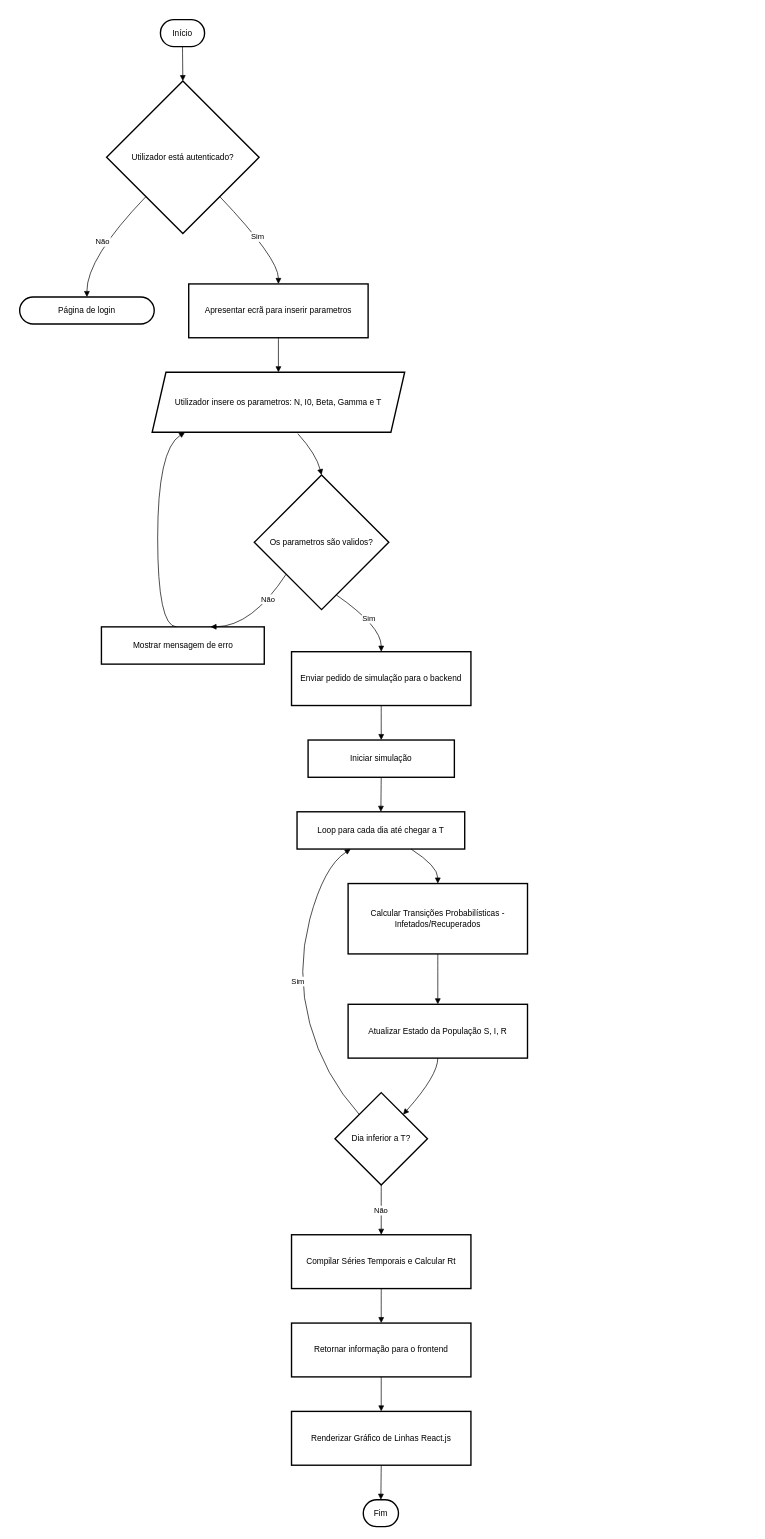
joaoventura2024064-dev/ISTECPROJ2526 keeps this draw.io diagram as page "Fluxograma" (4 of 4) of docs/LEI-A2-S1-SMUL1-PI-UML.drawio. Above is the earlier version. Source tidied: cells renumbered, new cells numbered last; positions are measured from the earlier drawing's top-left corner, leaving out a move shared by most shapes. Both pictures are drawn from the tidied source at 69%, with x=0, y=0 at pixel (19, 19).
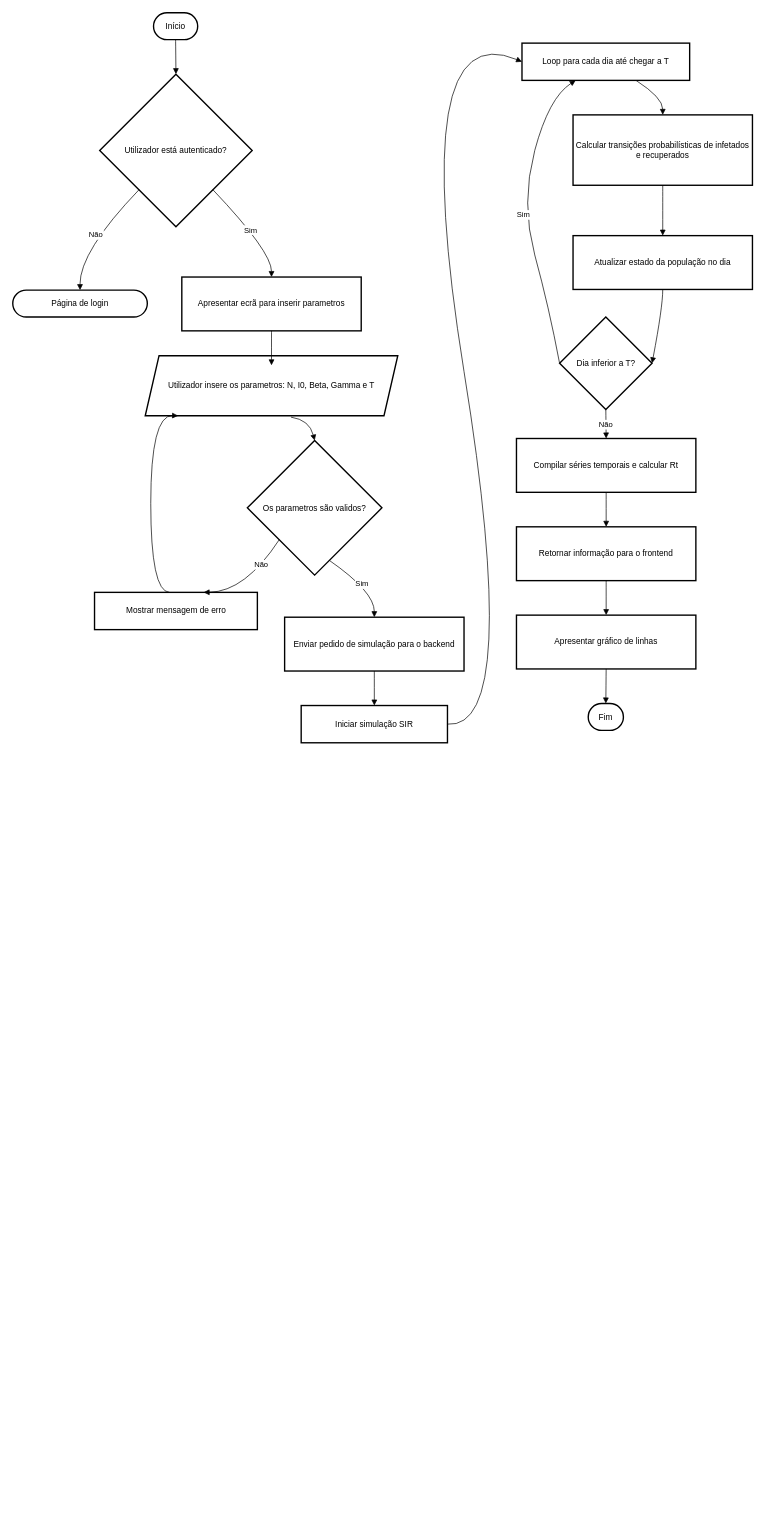
After the change.

Change to the diagram source:
```diff
@@
     <mxCell id="2" value="Início" style="rounded=1;whiteSpace=wrap;arcSize=50;strokeWidth=2;" parent="1" vertex="1">
-      <mxGeometry x="204" width="64" height="39" as="geometry" />
+      <mxGeometry x="194" y="-10" width="64" height="39" as="geometry" />
     </mxCell>
     <mxCell id="3" value="Utilizador está autenticado?" style="rhombus;strokeWidth=2;whiteSpace=wrap;" parent="1" vertex="1">
-      <mxGeometry x="126" y="89" width="221" height="221" as="geometry" />
+      <mxGeometry x="116" y="79" width="221" height="221" as="geometry" />
     </mxCell>
     <mxCell id="4" value="Página de login" style="rounded=1;whiteSpace=wrap;arcSize=50;strokeWidth=2;" parent="1" vertex="1">
-      <mxGeometry y="402" width="195" height="39" as="geometry" />
+      <mxGeometry x="-10" y="392" width="195" height="39" as="geometry" />
     </mxCell>
     <mxCell id="5" value="Apresentar ecrã para inserir parametros" style="whiteSpace=wrap;strokeWidth=2;" parent="1" vertex="1">
-      <mxGeometry x="245" y="383" width="260" height="78" as="geometry" />
+      <mxGeometry x="235" y="373" width="260" height="78" as="geometry" />
     </mxCell>
     <mxCell id="6" value="Utilizador insere os parametros: N, I0, Beta, Gamma e T" style="shape=parallelogram;perimeter=parallelogramPerimeter;fixedSize=1;strokeWidth=2;whiteSpace=wrap;" parent="1" vertex="1">
-      <mxGeometry x="192" y="511" width="366" height="87" as="geometry" />
+      <mxGeometry x="182" y="487" width="366" height="87" as="geometry" />
     </mxCell>
     <mxCell id="7" value="Os parametros são validos?" style="rhombus;strokeWidth=2;whiteSpace=wrap;" parent="1" vertex="1">
-      <mxGeometry x="340" y="660" width="195" height="195" as="geometry" />
+      <mxGeometry x="330" y="610" width="195" height="195" as="geometry" />
     </mxCell>
     <mxCell id="8" value="Mostrar mensagem de erro" style="whiteSpace=wrap;strokeWidth=2;" parent="1" vertex="1">
-      <mxGeometry x="118.5" y="880" width="236" height="54" as="geometry" />
+      <mxGeometry x="108.5" y="830" width="236" height="54" as="geometry" />
     </mxCell>
     <mxCell id="9" value="Enviar pedido de simulação para o backend" style="whiteSpace=wrap;strokeWidth=2;" parent="1" vertex="1">
-      <mxGeometry x="394" y="916" width="260" height="78" as="geometry" />
+      <mxGeometry x="384" y="866" width="260" height="78" as="geometry" />
     </mxCell>
-    <mxCell id="10" value="Iniciar simulação" style="whiteSpace=wrap;strokeWidth=2;" parent="1" vertex="1">
-      <mxGeometry x="418" y="1044" width="212" height="54" as="geometry" />
+    <mxCell id="10" value="Iniciar simulação SIR" style="whiteSpace=wrap;strokeWidth=2;" parent="1" vertex="1">
+      <mxGeometry x="408" y="994" width="212" height="54" as="geometry" />
     </mxCell>
     <mxCell id="11" value="Loop para cada dia até chegar a T" style="whiteSpace=wrap;strokeWidth=2;" parent="1" vertex="1">
-      <mxGeometry x="402" y="1148" width="243" height="54" as="geometry" />
+      <mxGeometry x="728" y="34" width="243" height="54" as="geometry" />
     </mxCell>
-    <mxCell id="12" value="Calcular Transições Probabilísticas - Infetados/Recuperados" style="whiteSpace=wrap;strokeWidth=2;" parent="1" vertex="1">
-      <mxGeometry x="476" y="1252" width="260" height="102" as="geometry" />
+    <mxCell id="12" value="Calcular transições probabilísticas de infetados e recuperados" style="whiteSpace=wrap;strokeWidth=2;" parent="1" vertex="1">
+      <mxGeometry x="802" y="138" width="260" height="102" as="geometry" />
     </mxCell>
-    <mxCell id="13" value="Atualizar Estado da População S, I, R" style="whiteSpace=wrap;strokeWidth=2;" parent="1" vertex="1">
-      <mxGeometry x="476" y="1427" width="260" height="78" as="geometry" />
+    <mxCell id="13" value="Atualizar estado da população no dia" style="whiteSpace=wrap;strokeWidth=2;" parent="1" vertex="1">
+      <mxGeometry x="802" y="313" width="260" height="78" as="geometry" />
     </mxCell>
     <mxCell id="14" value="Dia inferior a T?" style="rhombus;strokeWidth=2;whiteSpace=wrap;" parent="1" vertex="1">
-      <mxGeometry x="457" y="1555" width="134" height="134" as="geometry" />
+      <mxGeometry x="782.5" y="431" width="134" height="134" as="geometry" />
     </mxCell>
-    <mxCell id="15" value="Compilar Séries Temporais e Calcular Rt" style="whiteSpace=wrap;strokeWidth=2;" parent="1" vertex="1">
-      <mxGeometry x="394" y="1761" width="260" height="78" as="geometry" />
+    <mxCell id="15" value="Compilar séries temporais e calcular Rt" style="whiteSpace=wrap;strokeWidth=2;" parent="1" vertex="1">
+      <mxGeometry x="720" y="607" width="260" height="78" as="geometry" />
     </mxCell>
     <mxCell id="16" value="Retornar informação para o frontend" style="whiteSpace=wrap;strokeWidth=2;" parent="1" vertex="1">
-      <mxGeometry x="394" y="1889" width="260" height="78" as="geometry" />
+      <mxGeometry x="720" y="735" width="260" height="78" as="geometry" />
     </mxCell>
-    <mxCell id="17" value="Renderizar Gráfico de Linhas React.js" style="whiteSpace=wrap;strokeWidth=2;" parent="1" vertex="1">
-      <mxGeometry x="394" y="2017" width="260" height="78" as="geometry" />
+    <mxCell id="17" value="Apresentar gráfico de linhas" style="whiteSpace=wrap;strokeWidth=2;" parent="1" vertex="1">
+      <mxGeometry x="720" y="863" width="260" height="78" as="geometry" />
     </mxCell>
     <mxCell id="18" value="Fim" style="rounded=1;whiteSpace=wrap;arcSize=50;strokeWidth=2;" parent="1" vertex="1">
-      <mxGeometry x="498" y="2145" width="51" height="39" as="geometry" />
+      <mxGeometry x="824" y="991" width="51" height="39" as="geometry" />
     </mxCell>
@@
     <mxCell id="20" value="Não" style="curved=1;startArrow=none;endArrow=block;exitX=0.03;exitY=1;entryX=0.5;entryY=0.01;rounded=0;" parent="1" edge="1" source="3" target="4">
       <mxGeometry relative="1" as="geometry">
         <Array as="points">
-          <mxPoint x="97" y="346" />
+          <mxPoint x="87" y="336" />
         </Array>
       </mxGeometry>
     </mxCell>
     <mxCell id="21" value="Sim" style="curved=1;startArrow=none;endArrow=block;exitX=0.97;exitY=1;entryX=0.5;entryY=0;rounded=0;" parent="1" edge="1" source="3" target="5">
       <mxGeometry relative="1" as="geometry">
         <Array as="points">
-          <mxPoint x="375" y="346" />
+          <mxPoint x="365" y="336" />
         </Array>
       </mxGeometry>
     </mxCell>
-    <mxCell id="22" style="curved=1;startArrow=none;endArrow=block;exitX=0.5;exitY=1;entryX=0.5;entryY=0;rounded=0;" parent="1" edge="1" source="5" target="6">
-      <mxGeometry relative="1" as="geometry" />
+    <mxCell id="22" style="curved=1;startArrow=none;endArrow=block;exitX=0.5;exitY=1;entryX=0.5;entryY=0;rounded=0;" parent="1" edge="1" source="5">
+      <mxGeometry relative="1" as="geometry">
+        <mxPoint x="365" y="501" as="targetPoint" />
+      </mxGeometry>
     </mxCell>
     <mxCell id="23" style="curved=1;startArrow=none;endArrow=block;exitX=0.577;exitY=1.023;entryX=0.5;entryY=0;rounded=0;exitDx=0;exitDy=0;exitPerimeter=0;" parent="1" edge="1" source="6" target="7">
       <mxGeometry relative="1" as="geometry">
         <Array as="points">
-          <mxPoint x="430" y="630" />
+          <mxPoint x="420" y="580" />
         </Array>
       </mxGeometry>
     </mxCell>
     <mxCell id="24" value="Não" style="curved=1;startArrow=none;endArrow=block;exitX=0;exitY=0.95;entryX=0.67;entryY=0;rounded=0;" parent="1" edge="1" source="7" target="8">
       <mxGeometry x="-0.41" y="-2" relative="1" as="geometry">
         <Array as="points">
-          <mxPoint x="337" y="879" />
+          <mxPoint x="327" y="829" />
         </Array>
       </mxGeometry>
     </mxCell>
     <mxCell id="25" style="curved=1;startArrow=none;endArrow=block;exitX=0.46;exitY=0;entryX=0.13;entryY=1;rounded=0;" parent="1" edge="1" source="8" target="6">
       <mxGeometry relative="1" as="geometry">
         <Array as="points">
-          <mxPoint x="200" y="879" />
-          <mxPoint x="200" y="623" />
+          <mxPoint x="190" y="829" />
+          <mxPoint x="190" y="573" />
         </Array>
       </mxGeometry>
     </mxCell>
     <mxCell id="26" value="Sim" style="curved=1;startArrow=none;endArrow=block;exitX=0.64;exitY=1;entryX=0.5;entryY=0;rounded=0;" parent="1" edge="1" source="7" target="9">
       <mxGeometry relative="1" as="geometry">
         <Array as="points">
-          <mxPoint x="524" y="879" />
+          <mxPoint x="514" y="829" />
         </Array>
       </mxGeometry>
     </mxCell>
@@
-    <mxCell id="28" style="curved=1;startArrow=none;endArrow=block;exitX=0.5;exitY=1;entryX=0.5;entryY=0;rounded=0;" parent="1" edge="1" source="10" target="11">
-      <mxGeometry relative="1" as="geometry" />
+    <mxCell id="28" style="curved=1;startArrow=none;endArrow=block;exitX=1;exitY=0.5;entryX=0;entryY=0.5;rounded=0;entryDx=0;entryDy=0;exitDx=0;exitDy=0;" parent="1" edge="1" source="10" target="11">
+      <mxGeometry relative="1" as="geometry">
+        <Array as="points">
+          <mxPoint x="728" y="1030" />
+          <mxPoint x="560" y="-10" />
+        </Array>
+      </mxGeometry>
     </mxCell>
     <mxCell id="29" style="curved=1;startArrow=none;endArrow=block;exitX=0.68;exitY=1;entryX=0.5;entryY=0;rounded=0;" parent="1" edge="1" source="11" target="12">
       <mxGeometry relative="1" as="geometry">
         <Array as="points">
-          <mxPoint x="606" y="1227" />
+          <mxPoint x="932" y="113" />
         </Array>
       </mxGeometry>
     </mxCell>
@@
-    <mxCell id="31" style="curved=1;startArrow=none;endArrow=block;exitX=0.5;exitY=1;entryX=0.95;entryY=0;rounded=0;" parent="1" edge="1" source="13" target="14">
+    <mxCell id="31" style="curved=1;startArrow=none;endArrow=block;exitX=0.5;exitY=1;entryX=1;entryY=0.5;rounded=0;entryDx=0;entryDy=0;" parent="1" edge="1" source="13" target="14">
       <mxGeometry relative="1" as="geometry">
         <Array as="points">
-          <mxPoint x="606" y="1530" />
+          <mxPoint x="932" y="416" />
         </Array>
       </mxGeometry>
     </mxCell>
-    <mxCell id="32" value="Sim" style="curved=1;startArrow=none;endArrow=block;exitX=0.05;exitY=0;entryX=0.32;entryY=1;rounded=0;" parent="1" edge="1" source="14" target="11">
+    <mxCell id="32" value="Sim" style="curved=1;startArrow=none;endArrow=block;exitX=0;exitY=0.5;entryX=0.32;entryY=1;rounded=0;exitDx=0;exitDy=0;" parent="1" edge="1" source="14" target="11">
       <mxGeometry relative="1" as="geometry">
         <Array as="points">
-          <mxPoint x="441" y="1530" />
-          <mxPoint x="400" y="1380" />
-          <mxPoint x="441" y="1227" />
+          <mxPoint x="767" y="416" />
+          <mxPoint x="726" y="266" />
+          <mxPoint x="767" y="113" />
         </Array>
       </mxGeometry>
     </mxCell>
```
